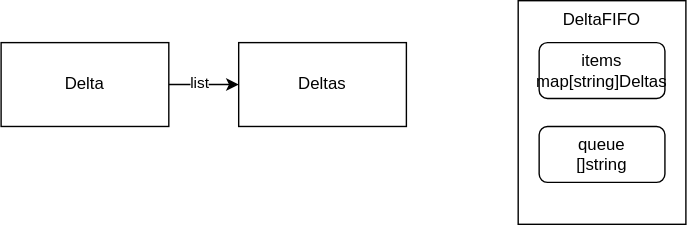
Above: contents/kubernetes-operator/client-go/deltafifo/deltafifo.drawio.svg in nakamasato/kubernetes-training (draw.io), before the change. Source tidied: cells renumbered, new cells last; positions are measured from the earlier drawing's top-left corner, leaving out a move shared by most shapes.
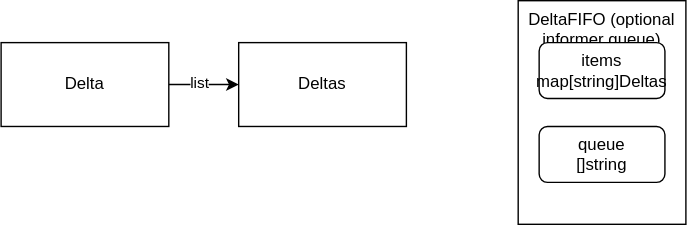
After the change.

What changed in the source:
```diff
@@ -14,7 +14,7 @@
     <mxCell id="5" value="Deltas" style="rounded=0;whiteSpace=wrap;html=1;" parent="1" vertex="1">
       <mxGeometry x="170" y="30" width="120" height="60" as="geometry" />
     </mxCell>
-    <mxCell id="6" value="DeltaFIFO" style="rounded=0;whiteSpace=wrap;html=1;verticalAlign=top;" parent="1" vertex="1">
+    <mxCell id="6" value="DeltaFIFO (optional informer queue)" style="rounded=0;whiteSpace=wrap;html=1;verticalAlign=top;" parent="1" vertex="1">
       <mxGeometry x="370" width="120" height="160" as="geometry" />
     </mxCell>
     <mxCell id="7" value="items&lt;br&gt;map[string]Deltas" style="rounded=1;whiteSpace=wrap;html=1;" parent="1" vertex="1">
```
